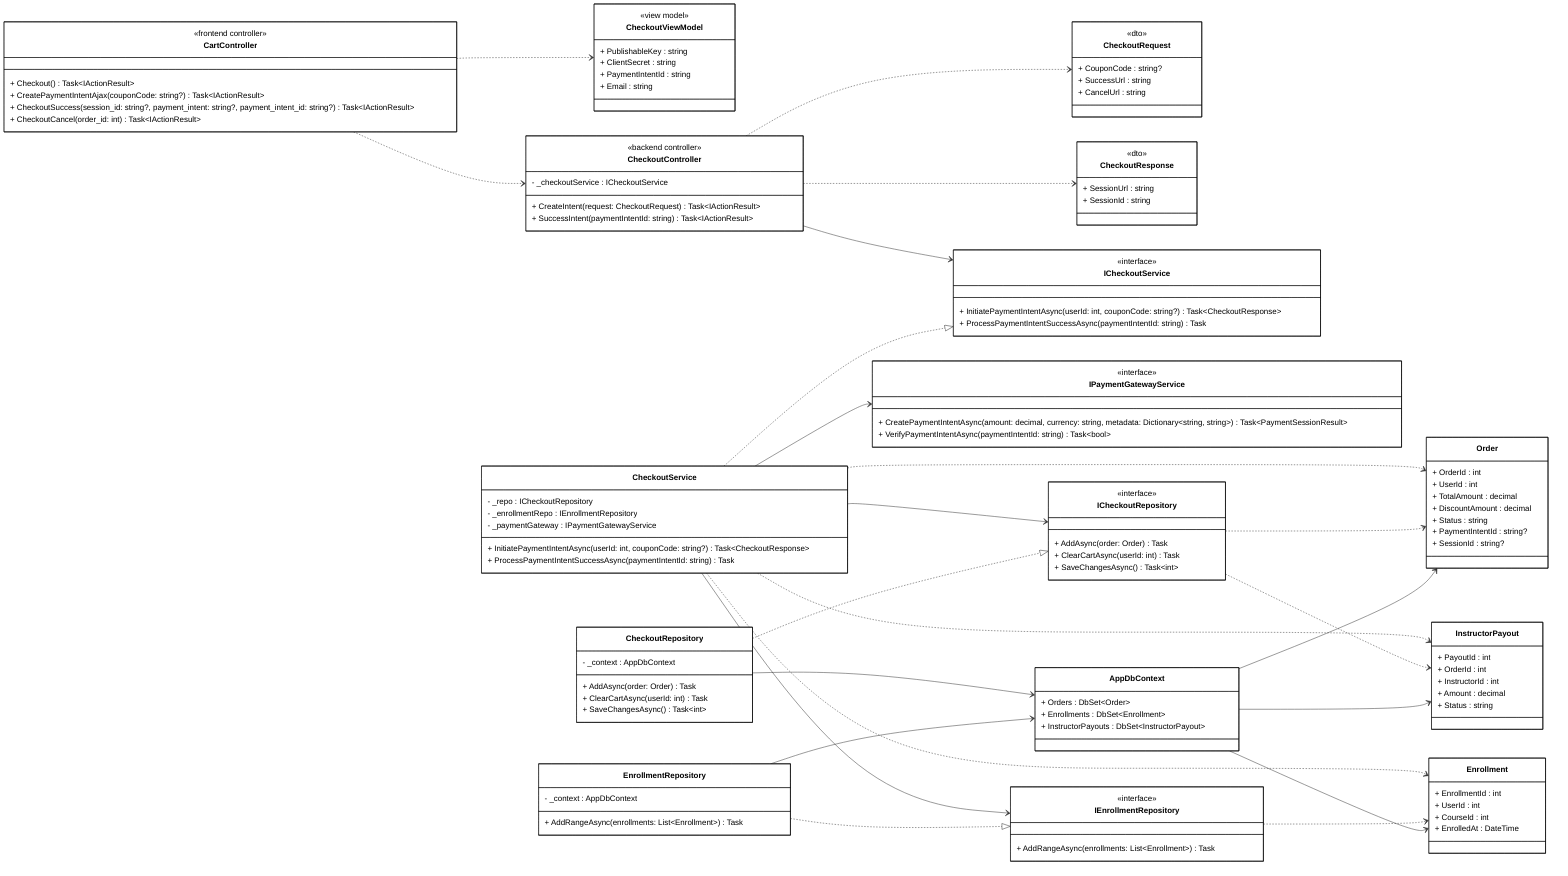
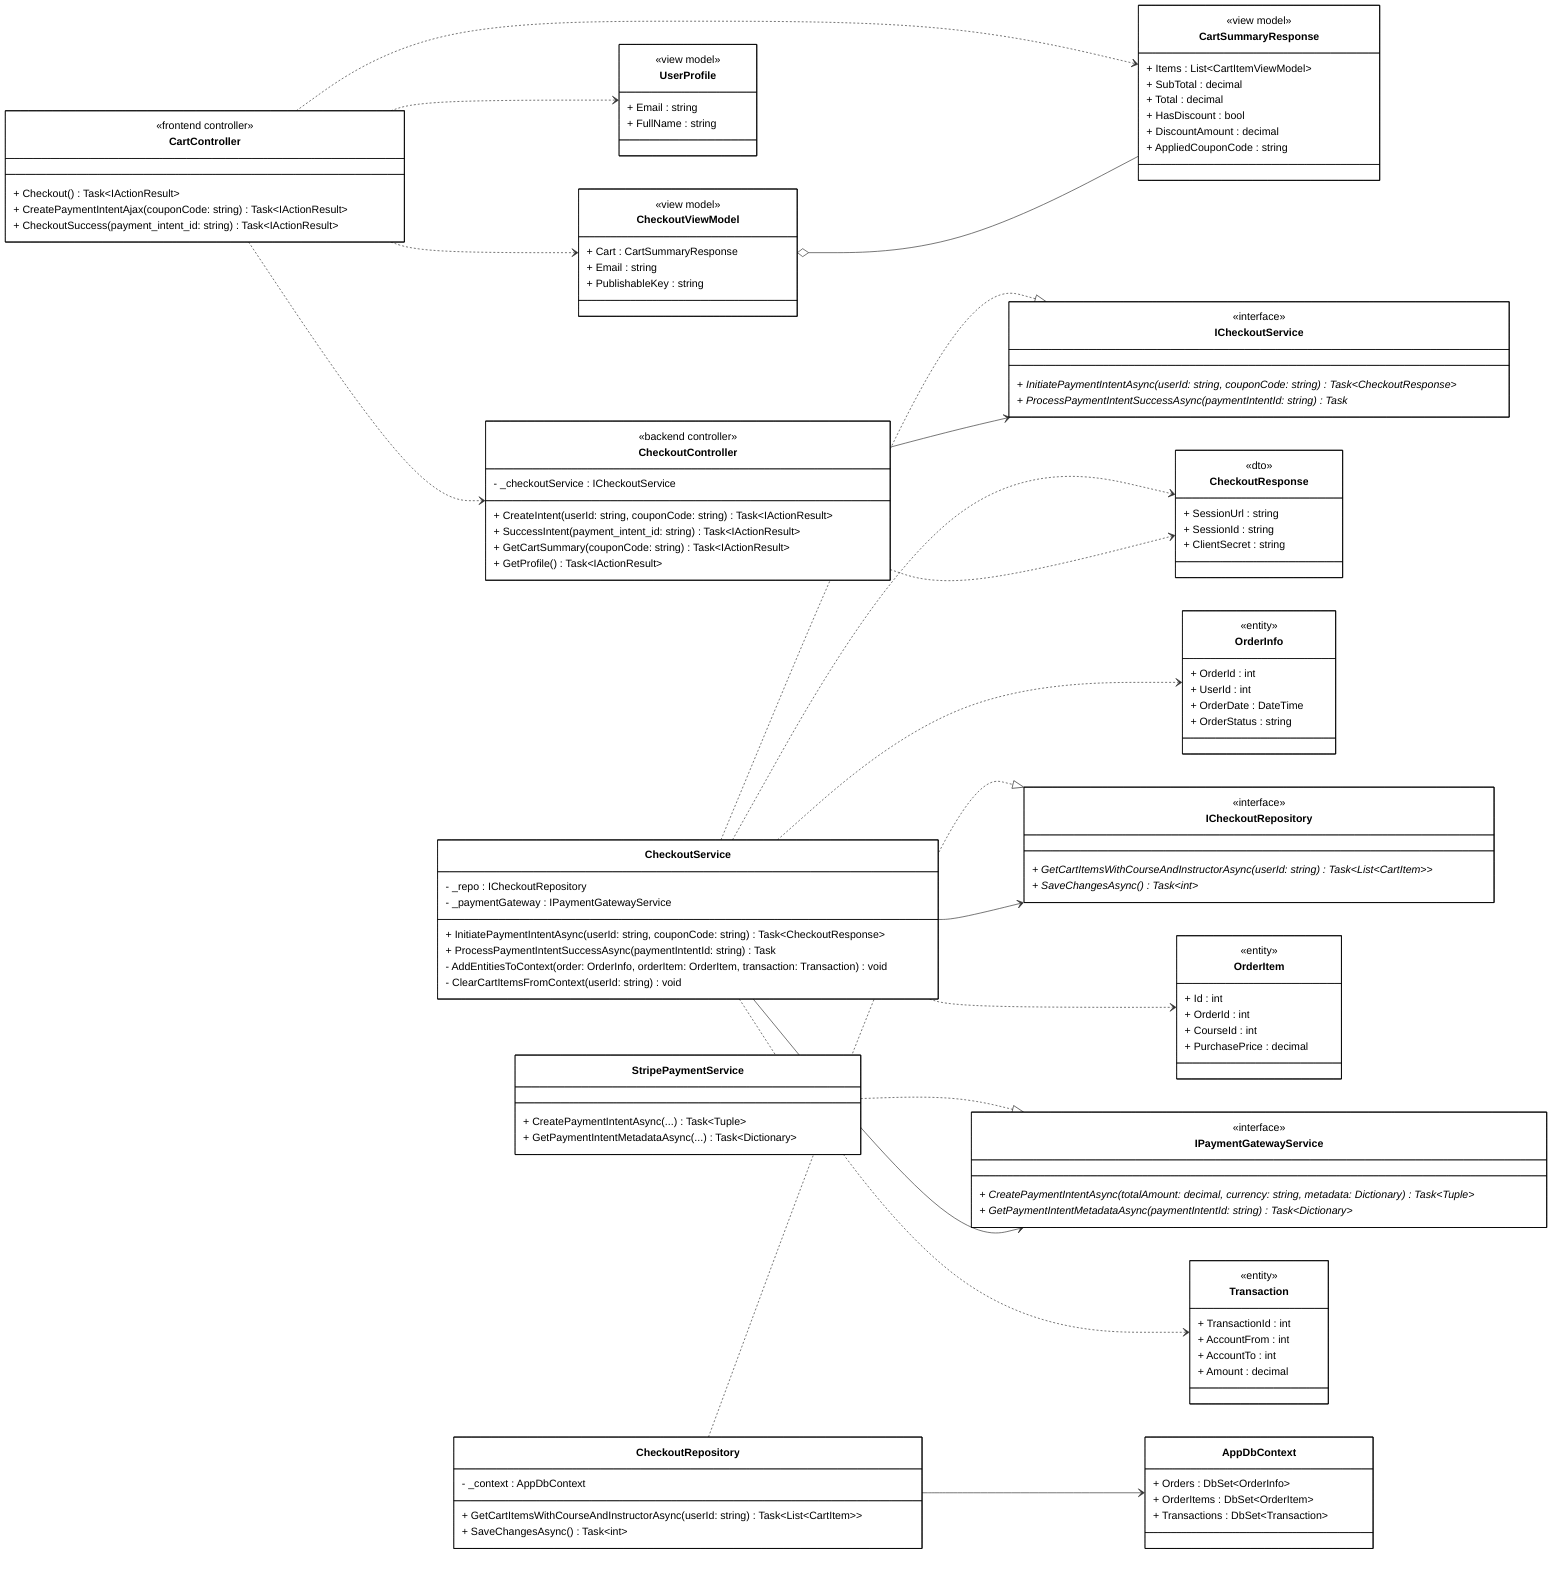
- classDiagram-v2
+ ```mermaid
+ classDiagram
direction LR

%% ==================== FRONTEND ====================

class CartControllerFE["CartController"] {
    <<frontend controller>>
    + Checkout() Task~IActionResult~
-     + CreatePaymentIntentAjax(couponCode: string?) Task~IActionResult~
-     + CheckoutSuccess(session_id: string?, payment_intent: string?, payment_intent_id: string?) Task~IActionResult~
-     + CheckoutCancel(order_id: int) Task~IActionResult~
+     + CreatePaymentIntentAjax(couponCode: string) Task~IActionResult~
+     + CheckoutSuccess(payment_intent_id: string) Task~IActionResult~
}

class CheckoutViewModel {
    <<view model>>
+     + Cart : CartSummaryResponse
+     + Email : string
    + PublishableKey : string
-     + ClientSecret : string
-     + PaymentIntentId : string
-     + Email : string
}

- %% ==================== BACKEND - CONTROLLER ====================
+ class CartSummaryResponse {
+     <<view model>>
+     + Items : List~CartItemViewModel~
+     + SubTotal : decimal
+     + Total : decimal
+     + HasDiscount : bool
+     + DiscountAmount : decimal
+     + AppliedCouponCode : string
+ }
+ 
+ class UserProfile {
+     <<view model>>
+     + Email : string
+     + FullName : string
+ }
+ 
+ %% ==================== BACKEND - CONTROLLERS ====================

class CheckoutControllerBE["CheckoutController"] {
    <<backend controller>>
    - _checkoutService : ICheckoutService
- 
-     + CreateIntent(request: CheckoutRequest) Task~IActionResult~
-     + SuccessIntent(paymentIntentId: string) Task~IActionResult~
+     + CreateIntent(userId: string, couponCode: string) Task~IActionResult~
+     + SuccessIntent(payment_intent_id: string) Task~IActionResult~
+     + GetCartSummary(couponCode: string) Task~IActionResult~
+     + GetProfile() Task~IActionResult~
}

%% ==================== BACKEND - DTOs ====================
- 
- class CheckoutRequest {
-     <<dto>>
-     + CouponCode : string?
-     + SuccessUrl : string
-     + CancelUrl : string
- }

class CheckoutResponse {
    <<dto>>
    + SessionUrl : string
    + SessionId : string
+     + ClientSecret : string
}

- %% ==================== BACKEND - SERVICE & REPOSITORY INTERFACES ====================
+ %% ==================== BACKEND - DOMAIN ENTITIES ====================
+ 
+ class OrderInfo {
+     <<entity>>
+     + OrderId : int
+     + UserId : int
+     + OrderDate : DateTime
+     + OrderStatus : string
+ }
+ 
+ class OrderItem {
+     <<entity>>
+     + Id : int
+     + OrderId : int
+     + CourseId : int
+     + PurchasePrice : decimal
+ }
+ 
+ class Transaction {
+     <<entity>>
+     + TransactionId : int
+     + AccountFrom : int
+     + AccountTo : int
+     + Amount : decimal
+ }
+ 
+ %% ==================== BACKEND - SERVICE INTERFACES ====================

class ICheckoutService {
    <<interface>>
-     + InitiatePaymentIntentAsync(userId: int, couponCode: string?) Task~CheckoutResponse~
-     + ProcessPaymentIntentSuccessAsync(paymentIntentId: string) Task
+     + InitiatePaymentIntentAsync(userId: string, couponCode: string) Task~CheckoutResponse~ *
+     + ProcessPaymentIntentSuccessAsync(paymentIntentId: string) Task *
+ }
+ 
+ class ICheckoutRepository {
+     <<interface>>
+     + GetCartItemsWithCourseAndInstructorAsync(userId: string) Task~List~CartItem~~ *
+     + SaveChangesAsync() Task~int~ *
}

class IPaymentGatewayService {
    <<interface>>
-     + CreatePaymentIntentAsync(amount: decimal, currency: string, metadata: Dictionary~string, string~) Task~PaymentSessionResult~
-     + VerifyPaymentIntentAsync(paymentIntentId: string) Task~bool~
- }
- 
- class ICheckoutRepository {
-     <<interface>>
-     + AddAsync(order: Order) Task
-     + ClearCartAsync(userId: int) Task
-     + SaveChangesAsync() Task~int~
- }
- 
- class IEnrollmentRepository {
-     <<interface>>
-     + AddRangeAsync(enrollments: List~Enrollment~) Task
+     + CreatePaymentIntentAsync(totalAmount: decimal, currency: string, metadata: Dictionary) Task~Tuple~ *
+     + GetPaymentIntentMetadataAsync(paymentIntentId: string) Task~Dictionary~ *
}

%% ==================== BACKEND - IMPLEMENTATIONS ====================

class CheckoutService {
    - _repo : ICheckoutRepository
-     - _enrollmentRepo : IEnrollmentRepository
    - _paymentGateway : IPaymentGatewayService
- 
-     + InitiatePaymentIntentAsync(userId: int, couponCode: string?) Task~CheckoutResponse~
+     + InitiatePaymentIntentAsync(userId: string, couponCode: string) Task~CheckoutResponse~
    + ProcessPaymentIntentSuccessAsync(paymentIntentId: string) Task
+     - AddEntitiesToContext(order: OrderInfo, orderItem: OrderItem, transaction: Transaction) void
+     - ClearCartItemsFromContext(userId: string) void
}

class CheckoutRepository {
    - _context : AppDbContext
-     + AddAsync(order: Order) Task
-     + ClearCartAsync(userId: int) Task
+     + GetCartItemsWithCourseAndInstructorAsync(userId: string) Task~List~CartItem~~
    + SaveChangesAsync() Task~int~
}

- class EnrollmentRepository {
-     - _context : AppDbContext
-     + AddRangeAsync(enrollments: List~Enrollment~) Task
+ class StripePaymentService {
+     + CreatePaymentIntentAsync(...) Task~Tuple~
+     + GetPaymentIntentMetadataAsync(...) Task~Dictionary~
}

class AppDbContext {
-     + Orders : DbSet~Order~
-     + Enrollments : DbSet~Enrollment~
-     + InstructorPayouts : DbSet~InstructorPayout~
- }
- 
- %% ==================== BACKEND - DOMAIN ENTITIES ====================
- 
- class Order {
-     + OrderId : int
-     + UserId : int
-     + TotalAmount : decimal
-     + DiscountAmount : decimal
-     + Status : string
-     + PaymentIntentId : string?
-     + SessionId : string?
- }
- 
- class InstructorPayout {
-     + PayoutId : int
-     + OrderId : int
-     + InstructorId : int
-     + Amount : decimal
-     + Status : string
- }
- 
- class Enrollment {
-     + EnrollmentId : int
-     + UserId : int
-     + CourseId : int
-     + EnrolledAt : DateTime
+     + Orders : DbSet~OrderInfo~
+     + OrderItems : DbSet~OrderItem~
+     + Transactions : DbSet~Transaction~
}

%% ==================== RELATIONSHIPS ====================

- CartControllerFE ..> CheckoutViewModel
+ %% === AGGREGATION ===
+ CheckoutViewModel o-- CartSummaryResponse
+ 
+ %% === UNIDIRECTIONAL ASSOCIATION (solid arrow) ===
+ CheckoutControllerBE --> ICheckoutService
+ CheckoutService --> ICheckoutRepository
+ CheckoutService --> IPaymentGatewayService
+ CheckoutRepository --> AppDbContext
+ 
+ %% === INTERFACE REALIZATION ===
+ CheckoutService ..|> ICheckoutService
+ CheckoutRepository ..|> ICheckoutRepository
+ StripePaymentService ..|> IPaymentGatewayService
+ 
+ %% === DEPENDENCY (dashed arrows) ===
CartControllerFE ..> CheckoutControllerBE

- CheckoutControllerBE --> ICheckoutService
- CheckoutControllerBE ..> CheckoutRequest
+ CartControllerFE ..> CheckoutViewModel
+ CartControllerFE ..> CartSummaryResponse
+ CartControllerFE ..> UserProfile
+ 
CheckoutControllerBE ..> CheckoutResponse
+ CheckoutService ..> CheckoutResponse

- CheckoutService ..|> ICheckoutService
- CheckoutService --> ICheckoutRepository
- CheckoutService --> IEnrollmentRepository
- CheckoutService --> IPaymentGatewayService
- CheckoutService ..> Order
- CheckoutService ..> InstructorPayout
- CheckoutService ..> Enrollment
- 
- ICheckoutRepository ..> Order
- ICheckoutRepository ..> InstructorPayout
- IEnrollmentRepository ..> Enrollment
- 
- CheckoutRepository ..|> ICheckoutRepository
- CheckoutRepository --> AppDbContext
- 
- EnrollmentRepository ..|> IEnrollmentRepository
- EnrollmentRepository --> AppDbContext
- 
- AppDbContext --> Order
- AppDbContext --> Enrollment
- AppDbContext --> InstructorPayout
+ CheckoutService ..> OrderInfo
+ CheckoutService ..> OrderItem
+ CheckoutService ..> Transaction

%% ==================== STYLES ====================

classDef default fill:#FFFFFF,stroke:#000000,stroke-width:1px,color:#000000
+ ```
